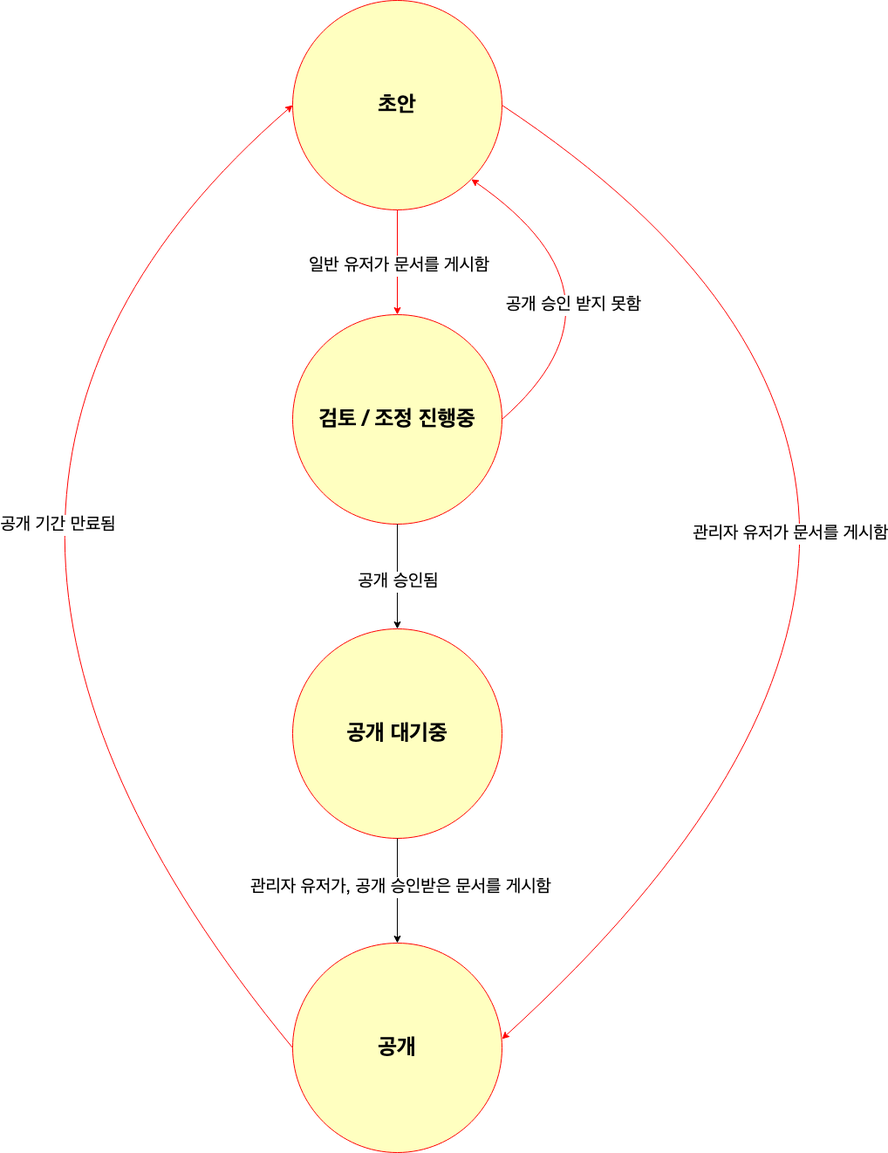
This is simple-statemachine/img/state-transition-diregram.png from iceflower/spring-statemachine-studies, a draw.io export, as it was before one commit. Source tidied: cells renumbered, new cells last; positions are measured from the earlier drawing's top-left corner, leaving out a move shared by most shapes. Its diagram source:
```xml
<mxGraphModel>
  <root>
    <mxCell id="0" />
    <mxCell id="1" parent="0" />
    <mxCell id="2" value="초안" style="ellipse;whiteSpace=wrap;html=1;fillColor=#FFFFC0;strokeColor=#FF0000;fontSize=25;fontStyle=1;" parent="1" vertex="1">
      <mxGeometry x="520" width="240" height="240" as="geometry" />
    </mxCell>
    <mxCell id="3" value="검토 / 조정 진행중" style="ellipse;whiteSpace=wrap;html=1;fillColor=#FFFFC0;strokeColor=#FF0000;fontSize=25;fontStyle=1;" parent="1" vertex="1">
      <mxGeometry x="520" y="360" width="240" height="240" as="geometry" />
    </mxCell>
    <mxCell id="4" value="공개 대기중" style="ellipse;whiteSpace=wrap;html=1;fillColor=#FFFFC0;strokeColor=#FF0000;fontSize=25;fontStyle=1;" parent="1" vertex="1">
      <mxGeometry x="520" y="720" width="240" height="240" as="geometry" />
    </mxCell>
    <mxCell id="5" style="endArrow=classic;html=1;exitX=1;exitY=0.5;exitDx=0;exitDy=0;entryX=1;entryY=0.458;entryDx=0;entryDy=0;curved=1;entryPerimeter=0;strokeColor=#FF0000;" parent="1" edge="1" source="2" target="15">
      <mxGeometry relative="1" as="geometry">
        <Array as="points">
          <mxPoint x="1440" y="570" />
        </Array>
      </mxGeometry>
    </mxCell>
    <mxCell id="6" value="&lt;div style=&quot;font-size: 20px;&quot;&gt;관리자 유저가 문서를 게시함&lt;/div&gt;" style="edgeLabel;html=1;align=center;verticalAlign=middle;fontSize=20;" parent="5" vertex="1">
      <mxGeometry x="-0.46" y="-182" relative="1" as="geometry">
        <mxPoint x="41" y="81" as="offset" />
      </mxGeometry>
    </mxCell>
    <mxCell id="7" style="endArrow=classic;html=1;rounded=0;entryX=0.5;entryY=0;entryDx=0;entryDy=0;strokeColor=#FF0000;" parent="1" edge="1" source="2" target="3">
      <mxGeometry relative="1" as="geometry" />
    </mxCell>
    <mxCell id="8" value="일반 유저가 문서를 게시함" style="edgeLabel;html=1;align=center;verticalAlign=middle;fontSize=20;" parent="7" vertex="1">
      <mxGeometry x="0.06" y="1" relative="1" as="geometry" />
    </mxCell>
    <mxCell id="9" style="endArrow=classic;html=1;rounded=0;exitX=0.5;exitY=1;exitDx=0;exitDy=0;" parent="1" edge="1" source="3" target="4">
      <mxGeometry relative="1" as="geometry" />
    </mxCell>
    <mxCell id="10" value="&lt;div style=&quot;font-size: 20px;&quot;&gt;공개 승인됨&lt;/div&gt;" style="edgeLabel;html=1;align=center;verticalAlign=middle;fontSize=20;" parent="9" vertex="1">
      <mxGeometry x="-0.12" y="3" relative="1" as="geometry">
        <mxPoint x="-3" y="12" as="offset" />
      </mxGeometry>
    </mxCell>
    <mxCell id="11" style="endArrow=classic;html=1;entryX=1;entryY=1;entryDx=0;entryDy=0;exitX=1;exitY=0.5;exitDx=0;exitDy=0;curved=1;strokeColor=#FF0000;" parent="1" edge="1" source="3" target="2">
      <mxGeometry relative="1" as="geometry">
        <Array as="points">
          <mxPoint x="920" y="340" />
        </Array>
      </mxGeometry>
    </mxCell>
    <mxCell id="12" value="공개 승인 받지 못함" style="edgeLabel;html=1;align=center;verticalAlign=middle;fontSize=20;" parent="11" vertex="1">
      <mxGeometry x="-0.13" y="25" relative="1" as="geometry">
        <mxPoint x="-50" y="16" as="offset" />
      </mxGeometry>
    </mxCell>
    <mxCell id="13" style="endArrow=classic;html=1;exitX=0;exitY=0.5;exitDx=0;exitDy=0;entryX=0;entryY=0.5;entryDx=0;entryDy=0;curved=1;strokeColor=#FF0000;" parent="1" edge="1" source="15" target="2">
      <mxGeometry relative="1" as="geometry">
        <Array as="points">
          <mxPoint y="570" />
        </Array>
      </mxGeometry>
    </mxCell>
    <mxCell id="14" value="&lt;div style=&quot;font-size: 20px;&quot;&gt;공개 기간 만료됨&lt;br style=&quot;font-size: 20px;&quot;&gt;&lt;/div&gt;" style="edgeLabel;html=1;align=center;verticalAlign=middle;fontSize=20;" parent="13" vertex="1">
      <mxGeometry x="0.38" y="-217" relative="1" as="geometry">
        <mxPoint x="-62" y="13" as="offset" />
      </mxGeometry>
    </mxCell>
    <mxCell id="15" value="공개" style="ellipse;whiteSpace=wrap;html=1;fillColor=#FFFFC0;strokeColor=#FF0000;fontSize=25;fontStyle=1;" parent="1" vertex="1">
      <mxGeometry x="520" y="1080" width="240" height="240" as="geometry" />
    </mxCell>
    <mxCell id="16" style="endArrow=classic;html=1;rounded=0;exitX=0.5;exitY=1;exitDx=0;exitDy=0;" parent="1" edge="1" source="4" target="15">
      <mxGeometry relative="1" as="geometry" />
    </mxCell>
    <mxCell id="17" value="&lt;div style=&quot;font-size: 20px;&quot;&gt;관리자 유저가, 공개 승인받은 문서를 게시함&lt;/div&gt;" style="edgeLabel;html=1;align=center;verticalAlign=middle;fontSize=20;" parent="16" vertex="1">
      <mxGeometry x="-0.07" y="3" relative="1" as="geometry" />
    </mxCell>
  </root>
</mxGraphModel>
```
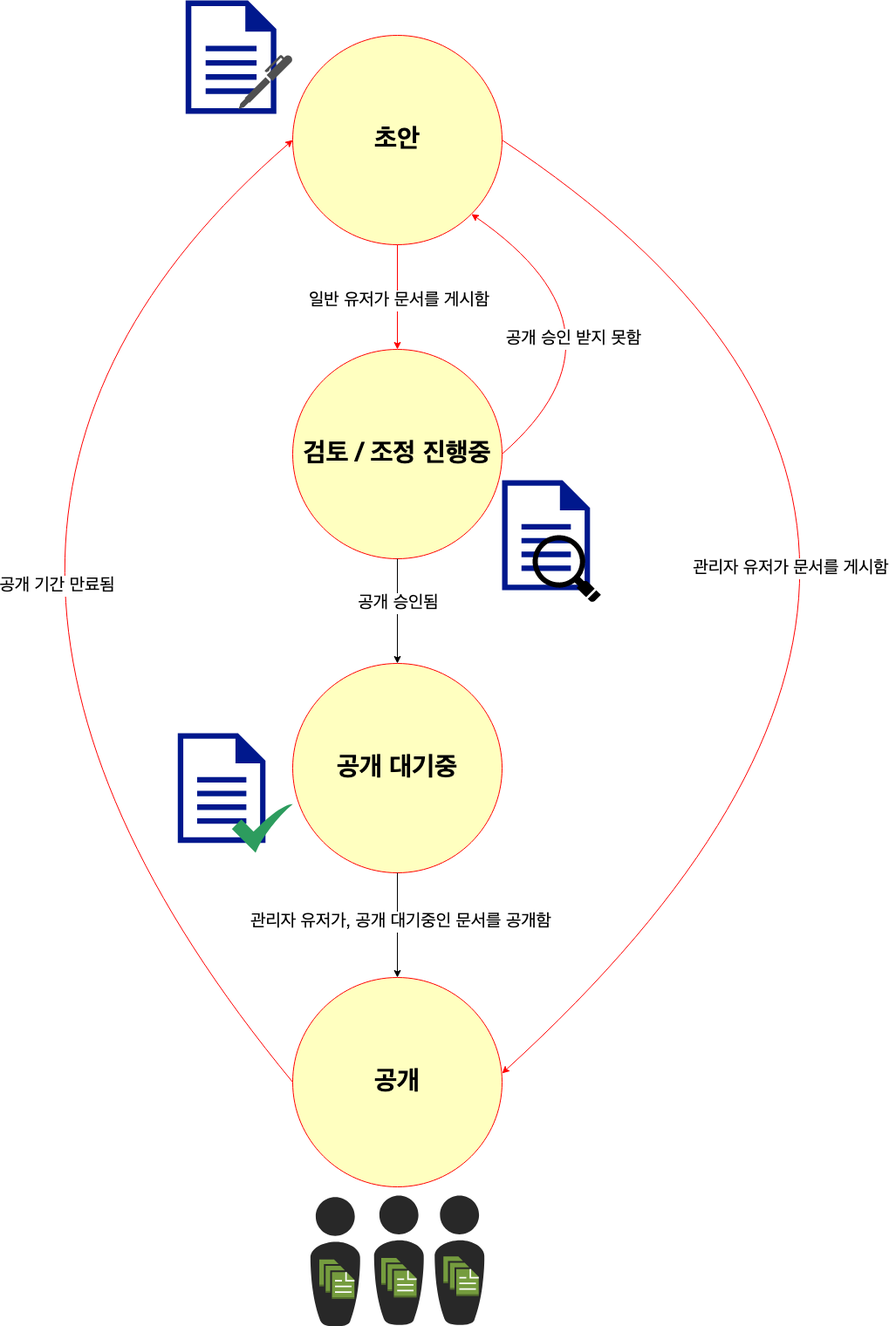
After the commit.

Commit message:
다이어그램 이미지를 수정하라

Change to the diagram source:
```diff
@@ -2,13 +2,13 @@
   <root>
     <mxCell id="0" />
     <mxCell id="1" parent="0" />
-    <mxCell id="2" value="초안" style="ellipse;whiteSpace=wrap;html=1;fillColor=#FFFFC0;strokeColor=#FF0000;fontSize=25;fontStyle=1;" parent="1" vertex="1">
+    <mxCell id="2" value="초안" style="ellipse;whiteSpace=wrap;html=1;fillColor=#FFFFC0;strokeColor=#FF0000;fontSize=30;fontStyle=1;" parent="1" vertex="1">
       <mxGeometry x="520" width="240" height="240" as="geometry" />
     </mxCell>
-    <mxCell id="3" value="검토 / 조정 진행중" style="ellipse;whiteSpace=wrap;html=1;fillColor=#FFFFC0;strokeColor=#FF0000;fontSize=25;fontStyle=1;" parent="1" vertex="1">
+    <mxCell id="3" value="검토 / 조정 진행중" style="ellipse;whiteSpace=wrap;html=1;fillColor=#FFFFC0;strokeColor=#FF0000;fontSize=30;fontStyle=1;" parent="1" vertex="1">
       <mxGeometry x="520" y="360" width="240" height="240" as="geometry" />
     </mxCell>
-    <mxCell id="4" value="공개 대기중" style="ellipse;whiteSpace=wrap;html=1;fillColor=#FFFFC0;strokeColor=#FF0000;fontSize=25;fontStyle=1;" parent="1" vertex="1">
+    <mxCell id="4" value="공개 대기중" style="ellipse;whiteSpace=wrap;html=1;fillColor=#FFFFC0;strokeColor=#FF0000;fontSize=30;fontStyle=1;" parent="1" vertex="1">
       <mxGeometry x="520" y="720" width="240" height="240" as="geometry" />
     </mxCell>
     <mxCell id="5" style="endArrow=classic;html=1;exitX=1;exitY=0.5;exitDx=0;exitDy=0;entryX=1;entryY=0.458;entryDx=0;entryDy=0;curved=1;entryPerimeter=0;strokeColor=#FF0000;" parent="1" edge="1" source="2" target="15">
@@ -34,7 +34,7 @@
     </mxCell>
     <mxCell id="10" value="&lt;div style=&quot;font-size: 20px;&quot;&gt;공개 승인됨&lt;/div&gt;" style="edgeLabel;html=1;align=center;verticalAlign=middle;fontSize=20;" parent="9" vertex="1">
       <mxGeometry x="-0.12" y="3" relative="1" as="geometry">
-        <mxPoint x="-3" y="12" as="offset" />
+        <mxPoint x="-3" y="-3" as="offset" />
       </mxGeometry>
     </mxCell>
     <mxCell id="11" style="endArrow=classic;html=1;entryX=1;entryY=1;entryDx=0;entryDy=0;exitX=1;exitY=0.5;exitDx=0;exitDy=0;curved=1;strokeColor=#FF0000;" parent="1" edge="1" source="3" target="2">
@@ -58,17 +58,62 @@
     </mxCell>
     <mxCell id="14" value="&lt;div style=&quot;font-size: 20px;&quot;&gt;공개 기간 만료됨&lt;br style=&quot;font-size: 20px;&quot;&gt;&lt;/div&gt;" style="edgeLabel;html=1;align=center;verticalAlign=middle;fontSize=20;" parent="13" vertex="1">
       <mxGeometry x="0.38" y="-217" relative="1" as="geometry">
-        <mxPoint x="-62" y="13" as="offset" />
+        <mxPoint x="-62" y="43" as="offset" />
       </mxGeometry>
     </mxCell>
-    <mxCell id="15" value="공개" style="ellipse;whiteSpace=wrap;html=1;fillColor=#FFFFC0;strokeColor=#FF0000;fontSize=25;fontStyle=1;" parent="1" vertex="1">
+    <mxCell id="15" value="공개" style="ellipse;whiteSpace=wrap;html=1;fillColor=#FFFFC0;strokeColor=#FF0000;fontSize=30;fontStyle=1;" parent="1" vertex="1">
       <mxGeometry x="520" y="1080" width="240" height="240" as="geometry" />
     </mxCell>
     <mxCell id="16" style="endArrow=classic;html=1;rounded=0;exitX=0.5;exitY=1;exitDx=0;exitDy=0;" parent="1" edge="1" source="4" target="15">
       <mxGeometry relative="1" as="geometry" />
     </mxCell>
-    <mxCell id="17" value="&lt;div style=&quot;font-size: 20px;&quot;&gt;관리자 유저가, 공개 승인받은 문서를 게시함&lt;/div&gt;" style="edgeLabel;html=1;align=center;verticalAlign=middle;fontSize=20;" parent="16" vertex="1">
+    <mxCell id="17" value="&lt;div style=&quot;font-size: 20px;&quot;&gt;관리자 유저가, 공개 대기중인 문서를 공개함&lt;/div&gt;" style="edgeLabel;html=1;align=center;verticalAlign=middle;fontSize=20;" parent="16" vertex="1">
       <mxGeometry x="-0.07" y="3" relative="1" as="geometry" />
     </mxCell>
+    <mxCell id="18" style="group;fillColor=default;" parent="1" vertex="1">
+      <mxGeometry x="397.3" y="-40" width="122.7" height="130" as="geometry" />
+    </mxCell>
+    <mxCell id="19" style="sketch=0;shadow=0;dashed=0;html=1;strokeColor=none;labelPosition=center;verticalLabelPosition=bottom;verticalAlign=top;align=center;fillColor=#00188D;shape=mxgraph.mscae.enterprise.document;" parent="18" vertex="1">
+      <mxGeometry width="104" height="130" as="geometry" />
+    </mxCell>
+    <mxCell id="20" style="sketch=0;shadow=0;dashed=0;html=1;strokeColor=none;fillColor=#505050;labelPosition=center;verticalLabelPosition=bottom;verticalAlign=top;align=center;shape=mxgraph.office.concepts.writing_pen;" parent="18" vertex="1">
+      <mxGeometry x="60.3" y="62.4" width="62.4" height="62.4" as="geometry" />
+    </mxCell>
+    <mxCell id="21" style="sketch=0;shadow=0;dashed=0;html=1;strokeColor=none;labelPosition=center;verticalLabelPosition=bottom;verticalAlign=top;align=center;fillColor=#00188D;shape=mxgraph.mscae.enterprise.document;" parent="1" vertex="1">
+      <mxGeometry x="760" y="510" width="100.8" height="126" as="geometry" />
+    </mxCell>
+    <mxCell id="22" style="shadow=0;dashed=0;html=1;strokeColor=none;fillColor=#000000;labelPosition=center;verticalLabelPosition=bottom;verticalAlign=top;align=center;shape=mxgraph.veeam.magnifying_glass;" parent="1" vertex="1">
+      <mxGeometry x="795" y="573" width="78.1" height="77" as="geometry" />
+    </mxCell>
+    <mxCell id="23" style="group;" parent="1" vertex="1">
+      <mxGeometry x="388.3" y="800" width="140" height="140" as="geometry" />
+    </mxCell>
+    <mxCell id="24" style="sketch=0;shadow=0;dashed=0;html=1;strokeColor=none;labelPosition=center;verticalLabelPosition=bottom;verticalAlign=top;align=center;fillColor=#00188D;shape=mxgraph.mscae.enterprise.document;" parent="23" vertex="1">
+      <mxGeometry width="100.5" height="125.7" as="geometry" />
+    </mxCell>
+    <mxCell id="25" style="sketch=0;html=1;strokeColor=none;shadow=0;align=center;fillColor=#2D9C5E;verticalAlign=top;labelPosition=center;verticalLabelPosition=bottom;shape=mxgraph.gcp2.check;" parent="23" vertex="1">
+      <mxGeometry x="62" y="81.1" width="69.8" height="55.8" as="geometry" />
+    </mxCell>
+    <mxCell id="26" style="group;" parent="1" vertex="1">
+      <mxGeometry x="540" y="1330" width="200" height="150" as="geometry" />
+    </mxCell>
+    <mxCell id="27" style="verticalLabelPosition=bottom;sketch=0;html=1;fillColor=#282828;strokeColor=none;verticalAlign=top;align=center;shape=mxgraph.cisco_safe.people_places_things_icons.icon8;" parent="26" vertex="1">
+      <mxGeometry x="72.9" width="57.6" height="148.3" as="geometry" />
+    </mxCell>
+    <mxCell id="28" style="dashed=0;verticalLabelPosition=bottom;verticalAlign=top;align=center;html=1;shape=mxgraph.aws3.documents;fillColor=#759C3E;gradientColor=none;" parent="26" vertex="1">
+      <mxGeometry x="81.5" y="71.5" width="40.4" height="45.3" as="geometry" />
+    </mxCell>
+    <mxCell id="29" style="verticalLabelPosition=bottom;sketch=0;html=1;fillColor=#282828;strokeColor=none;verticalAlign=top;align=center;shape=mxgraph.cisco_safe.people_places_things_icons.icon8;" parent="26" vertex="1">
+      <mxGeometry x="142.4" width="57.6" height="148.3" as="geometry" />
+    </mxCell>
+    <mxCell id="30" style="dashed=0;verticalLabelPosition=bottom;verticalAlign=top;align=center;html=1;shape=mxgraph.aws3.documents;fillColor=#759C3E;gradientColor=none;" parent="26" vertex="1">
+      <mxGeometry x="152.8" y="69.8" width="40.4" height="45.3" as="geometry" />
+    </mxCell>
+    <mxCell id="31" style="verticalLabelPosition=bottom;sketch=0;html=1;fillColor=#282828;strokeColor=none;verticalAlign=top;align=center;shape=mxgraph.cisco_safe.people_places_things_icons.icon8;" parent="26" vertex="1">
+      <mxGeometry y="1.7" width="57.6" height="148.3" as="geometry" />
+    </mxCell>
+    <mxCell id="32" style="dashed=0;verticalLabelPosition=bottom;verticalAlign=top;align=center;html=1;shape=mxgraph.aws3.documents;fillColor=#759C3E;gradientColor=none;" parent="26" vertex="1">
+      <mxGeometry x="10.4" y="73.3" width="40.4" height="45.3" as="geometry" />
+    </mxCell>
   </root>
 </mxGraphModel>
```
